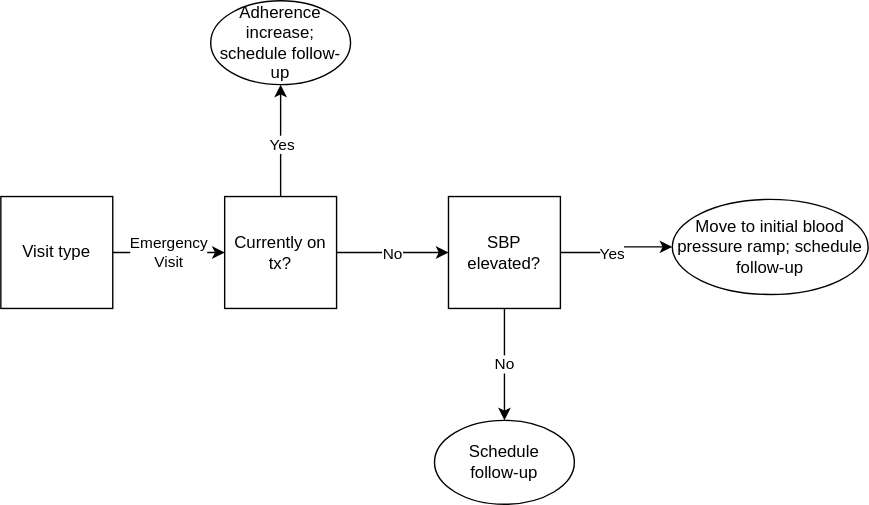
Above: docs/source/concept_models/vivarium_us_cvd/decision_tree_emergency.svg in ihmeuw/vivarium_research (draw.io), before the change. Source tidied: cells renumbered, new cells last; positions are measured from the earlier drawing's top-left corner, leaving out a move shared by most shapes.
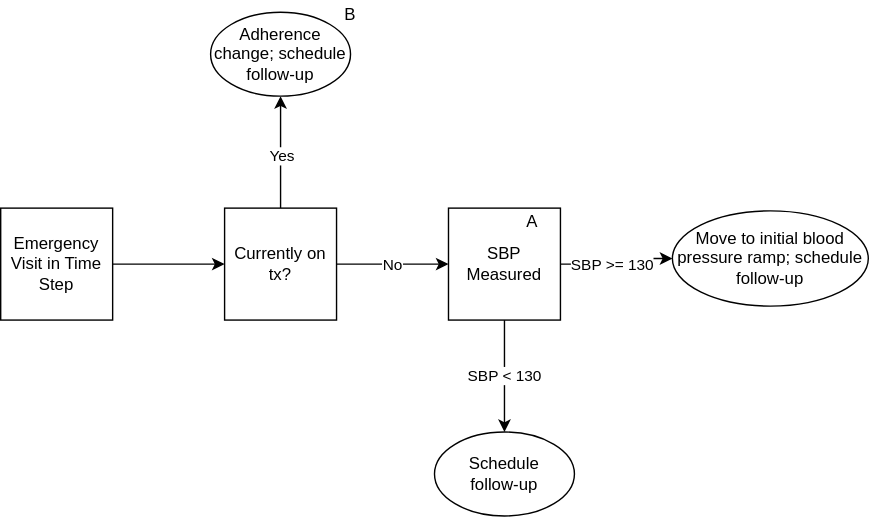
Later version of the same file.

Change to the diagram source:
```diff
@@ -21,27 +21,27 @@
     <mxCell id="6" value="Currently on tx?" style="whiteSpace=wrap;html=1;" parent="1" vertex="1">
       <mxGeometry x="160" y="140" width="80" height="80" as="geometry" />
     </mxCell>
-    <mxCell id="7" value="&lt;div&gt;Emergency&lt;/div&gt;&lt;div&gt;Visit&lt;br&gt;&lt;/div&gt;" style="edgeStyle=orthogonalEdgeStyle;rounded=0;jettySize=auto;html=1;exitX=1;exitY=0.5;exitDx=0;exitDy=0;" parent="1" edge="1" source="8" target="6">
+    <mxCell id="7" value="&lt;div&gt;&lt;br&gt;&lt;/div&gt;" style="edgeStyle=orthogonalEdgeStyle;rounded=0;jettySize=auto;html=1;exitX=1;exitY=0.5;exitDx=0;exitDy=0;" parent="1" edge="1" source="8" target="6">
       <mxGeometry relative="1" as="geometry" />
     </mxCell>
-    <mxCell id="8" value="Visit type" style="whiteSpace=wrap;html=1;" parent="1" vertex="1">
+    <mxCell id="8" value="Emergency Visit in Time Step" style="whiteSpace=wrap;html=1;" parent="1" vertex="1">
       <mxGeometry y="140" width="80" height="80" as="geometry" />
     </mxCell>
-    <mxCell id="9" value="Adherence increase; schedule follow-up" style="ellipse;whiteSpace=wrap;html=1;" parent="1" vertex="1">
+    <mxCell id="9" value="Adherence change; schedule follow-up" style="ellipse;whiteSpace=wrap;html=1;" parent="1" vertex="1">
       <mxGeometry x="150" width="100" height="60" as="geometry" />
     </mxCell>
     <mxCell id="10" style="edgeStyle=orthogonalEdgeStyle;rounded=0;jettySize=auto;html=1;exitX=1;exitY=0.5;exitDx=0;exitDy=0;" parent="1" edge="1" source="13" target="14">
       <mxGeometry relative="1" as="geometry" />
     </mxCell>
-    <mxCell id="11" value="Yes" style="edgeLabel;html=1;align=center;verticalAlign=middle;" parent="10" vertex="1">
+    <mxCell id="11" value="SBP &amp;gt;= 130" style="edgeLabel;html=1;align=center;verticalAlign=middle;" parent="10" vertex="1">
       <mxGeometry x="-0.15" y="-3" relative="1" as="geometry">
         <mxPoint y="-3" as="offset" />
       </mxGeometry>
     </mxCell>
-    <mxCell id="12" value="No" style="edgeStyle=orthogonalEdgeStyle;rounded=0;jettySize=auto;html=1;exitX=0.5;exitY=1;exitDx=0;exitDy=0;entryX=0.5;entryY=0;entryDx=0;entryDy=0;" parent="1" edge="1" source="13" target="15">
+    <mxCell id="12" value="SBP &amp;lt; 130" style="edgeStyle=orthogonalEdgeStyle;rounded=0;jettySize=auto;html=1;exitX=0.5;exitY=1;exitDx=0;exitDy=0;entryX=0.5;entryY=0;entryDx=0;entryDy=0;" parent="1" edge="1" source="13" target="15">
       <mxGeometry relative="1" as="geometry" />
     </mxCell>
-    <mxCell id="13" value="SBP elevated?" style="whiteSpace=wrap;html=1;" parent="1" vertex="1">
+    <mxCell id="13" value="SBP Measured" style="whiteSpace=wrap;html=1;" parent="1" vertex="1">
       <mxGeometry x="320" y="140" width="80" height="80" as="geometry" />
     </mxCell>
     <mxCell id="14" value="&lt;div&gt;Move to initial blood pressure ramp; schedule follow-up&lt;/div&gt;" style="ellipse;whiteSpace=wrap;html=1;" parent="1" vertex="1">
@@ -50,5 +50,11 @@
     <mxCell id="15" value="&lt;div&gt;Schedule&lt;/div&gt;&lt;div&gt;follow-up&lt;br&gt;&lt;/div&gt;" style="ellipse;whiteSpace=wrap;html=1;" parent="1" vertex="1">
       <mxGeometry x="310" y="300" width="100" height="60" as="geometry" />
     </mxCell>
+    <mxCell id="16" value="A" style="text;html=1;strokeColor=none;fillColor=none;align=center;verticalAlign=middle;whiteSpace=wrap;rounded=0;" parent="1" vertex="1">
+      <mxGeometry x="360" y="140" width="40" height="20" as="geometry" />
+    </mxCell>
+    <mxCell id="17" value="B" style="text;html=1;strokeColor=none;fillColor=none;align=center;verticalAlign=middle;whiteSpace=wrap;rounded=0;" parent="1" vertex="1">
+      <mxGeometry x="230" y="-8" width="40" height="20" as="geometry" />
+    </mxCell>
   </root>
 </mxGraphModel>
```
